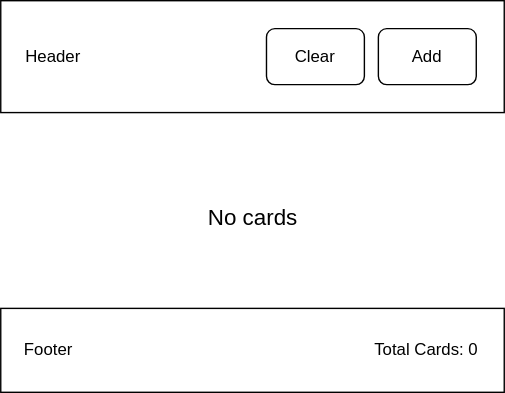
Before: application.svg, a diagram exported from draw.io (antonkalik/tdd-react-example). Source tidied: cells renumbered, new cells last; positions are measured from the earlier drawing's top-left corner, leaving out a move shared by most shapes.
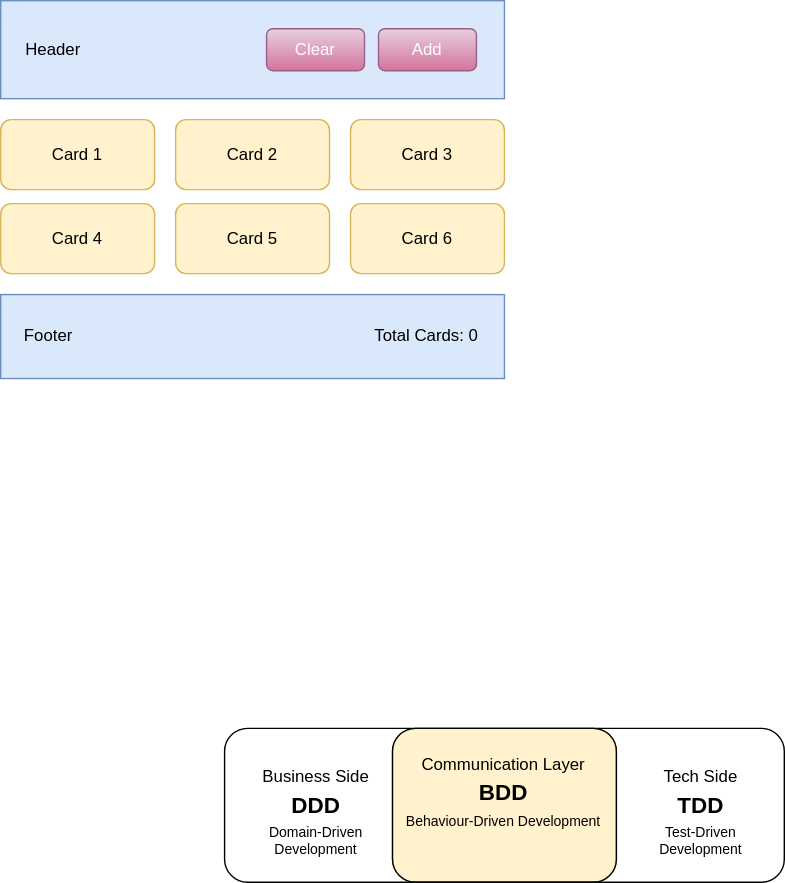
After the commit.

The edit, as a diff of the source:
```diff
@@ -2,23 +2,74 @@
   <root>
     <mxCell id="0" />
     <mxCell id="1" parent="0" />
+    <mxCell id="8" style="rounded=1;whiteSpace=wrap;html=1;fontSize=10;fillColor=#fff2cc;strokeColor=#d6b656;" parent="1" vertex="1">
+      <mxGeometry x="280" y="520" width="160" height="110" as="geometry" />
+    </mxCell>
-    <mxCell id="2" value="Header" style="rounded=0;whiteSpace=wrap;html=1;align=left;spacingLeft=16;" parent="1" vertex="1">
-      <mxGeometry width="360" height="80" as="geometry" />
+    <mxCell id="2" value="Header" style="rounded=0;whiteSpace=wrap;html=1;align=left;spacingLeft=16;fillColor=#dae8fc;strokeColor=#6c8ebf;" parent="1" vertex="1">
+      <mxGeometry width="360" height="70" as="geometry" />
     </mxCell>
-    <mxCell id="3" value="Clear" style="rounded=1;whiteSpace=wrap;html=1;" parent="1" vertex="1">
-      <mxGeometry x="190" y="20" width="70" height="40" as="geometry" />
+    <mxCell id="3" value="Clear" style="rounded=1;whiteSpace=wrap;html=1;fillColor=#e6d0de;gradientColor=#d5739d;strokeColor=#996185;fontColor=#FFFFFF;" parent="1" vertex="1">
+      <mxGeometry x="190" y="20" width="70" height="30" as="geometry" />
     </mxCell>
-    <mxCell id="4" value="Footer" style="rounded=0;whiteSpace=wrap;html=1;align=left;spacingLeft=15;" parent="1" vertex="1">
-      <mxGeometry y="220" width="360" height="60" as="geometry" />
+    <mxCell id="4" value="Footer" style="rounded=0;whiteSpace=wrap;html=1;align=left;spacingLeft=15;fillColor=#dae8fc;strokeColor=#6c8ebf;" parent="1" vertex="1">
+      <mxGeometry y="210" width="360" height="60" as="geometry" />
     </mxCell>
-    <mxCell id="5" value="No cards&lt;br style=&quot;font-size: 16px;&quot;&gt;" style="text;html=1;align=center;verticalAlign=middle;strokeColor=none;fillColor=none;fontSize=16;" parent="1" vertex="1">
-      <mxGeometry x="140" y="145" width="80" height="20" as="geometry" />
-    </mxCell>
-    <mxCell id="6" value="Add" style="rounded=1;whiteSpace=wrap;html=1;" parent="1" vertex="1">
-      <mxGeometry x="270" y="20" width="70" height="40" as="geometry" />
+    <mxCell id="6" value="Add" style="rounded=1;whiteSpace=wrap;html=1;fillColor=#e6d0de;gradientColor=#d5739d;strokeColor=#996185;fontColor=#FFFFFF;" parent="1" vertex="1">
+      <mxGeometry x="270" y="20" width="70" height="30" as="geometry" />
     </mxCell>
     <mxCell id="7" value="Total Cards: 0" style="text;html=1;align=center;verticalAlign=middle;strokeColor=none;fillColor=none;" parent="1" vertex="1">
-      <mxGeometry x="259" y="240" width="90" height="20" as="geometry" />
+      <mxGeometry x="259" y="230" width="90" height="20" as="geometry" />
     </mxCell>
+    <mxCell id="9" style="rounded=1;whiteSpace=wrap;html=1;fillColor=none;" parent="1" vertex="1">
+      <mxGeometry x="160" y="520" width="280" height="110" as="geometry" />
+    </mxCell>
+    <mxCell id="10" value="&lt;p class=&quot;graf graf--p&quot;&gt;&lt;br&gt;&lt;/p&gt;" style="rounded=1;whiteSpace=wrap;html=1;fillColor=none;" parent="1" vertex="1">
+      <mxGeometry x="280" y="520" width="280" height="110" as="geometry" />
+    </mxCell>
+    <mxCell id="11" value="DDD" style="text;html=1;align=center;verticalAlign=middle;strokeColor=none;fillColor=none;fontStyle=1;fontSize=16;" parent="1" vertex="1">
+      <mxGeometry x="200" y="565" width="50" height="20" as="geometry" />
+    </mxCell>
+    <mxCell id="12" value="TDD" style="text;html=1;align=center;verticalAlign=middle;strokeColor=none;fillColor=none;fontStyle=1;fontSize=16;" parent="1" vertex="1">
+      <mxGeometry x="475" y="565" width="50" height="20" as="geometry" />
+    </mxCell>
+    <mxCell id="13" value="Business Side" style="text;html=1;align=center;verticalAlign=middle;strokeColor=none;fillColor=none;" parent="1" vertex="1">
+      <mxGeometry x="180" y="545" width="90" height="20" as="geometry" />
+    </mxCell>
+    <mxCell id="14" value="Tech Side" style="text;html=1;align=center;verticalAlign=middle;strokeColor=none;fillColor=none;" parent="1" vertex="1">
+      <mxGeometry x="465" y="545" width="70" height="20" as="geometry" />
+    </mxCell>
+    <mxCell id="15" value="Domain-Driven&lt;br style=&quot;font-size: 10px&quot;&gt;Development" style="text;html=1;align=center;verticalAlign=middle;strokeColor=none;fillColor=none;fontSize=10;" parent="1" vertex="1">
+      <mxGeometry x="185" y="585" width="80" height="30" as="geometry" />
+    </mxCell>
+    <mxCell id="16" value="Test-Driven&lt;br style=&quot;font-size: 10px&quot;&gt;Development" style="text;html=1;align=center;verticalAlign=middle;strokeColor=none;fillColor=none;fontSize=10;" parent="1" vertex="1">
+      <mxGeometry x="465" y="585" width="70" height="30" as="geometry" />
+    </mxCell>
+    <mxCell id="17" value="BDD" style="text;html=1;align=center;verticalAlign=middle;strokeColor=none;fillColor=none;fontStyle=1;fontSize=16;" parent="1" vertex="1">
+      <mxGeometry x="333.5" y="556" width="50" height="20" as="geometry" />
+    </mxCell>
+    <mxCell id="18" value="Behaviour-Driven Development" style="text;html=1;align=center;verticalAlign=middle;strokeColor=none;fillColor=none;fontSize=10;" parent="1" vertex="1">
+      <mxGeometry x="283.5" y="576" width="150" height="20" as="geometry" />
+    </mxCell>
+    <mxCell id="19" value="Communication Layer" style="text;html=1;align=center;verticalAlign=middle;strokeColor=none;fillColor=none;" parent="1" vertex="1">
+      <mxGeometry x="293.5" y="536" width="130" height="20" as="geometry" />
+    </mxCell>
+    <mxCell id="20" value="Card 3" style="rounded=1;whiteSpace=wrap;html=1;fillColor=#fff2cc;strokeColor=#d6b656;" parent="1" vertex="1">
+      <mxGeometry x="250" y="85" width="110" height="50" as="geometry" />
+    </mxCell>
+    <mxCell id="21" value="Card 2" style="rounded=1;whiteSpace=wrap;html=1;fillColor=#fff2cc;strokeColor=#d6b656;" parent="1" vertex="1">
+      <mxGeometry x="125" y="85" width="110" height="50" as="geometry" />
+    </mxCell>
+    <mxCell id="22" value="Card 1" style="rounded=1;whiteSpace=wrap;html=1;fillColor=#fff2cc;strokeColor=#d6b656;" parent="1" vertex="1">
+      <mxGeometry y="85" width="110" height="50" as="geometry" />
+    </mxCell>
+    <mxCell id="23" value="Card 6" style="rounded=1;whiteSpace=wrap;html=1;fillColor=#fff2cc;strokeColor=#d6b656;" parent="1" vertex="1">
+      <mxGeometry x="250" y="145" width="110" height="50" as="geometry" />
+    </mxCell>
+    <mxCell id="24" value="Card 5" style="rounded=1;whiteSpace=wrap;html=1;fillColor=#fff2cc;strokeColor=#d6b656;" parent="1" vertex="1">
+      <mxGeometry x="125" y="145" width="110" height="50" as="geometry" />
+    </mxCell>
+    <mxCell id="25" value="Card 4" style="rounded=1;whiteSpace=wrap;html=1;fillColor=#fff2cc;strokeColor=#d6b656;" parent="1" vertex="1">
+      <mxGeometry y="145" width="110" height="50" as="geometry" />
+    </mxCell>
   </root>
 </mxGraphModel>
```
